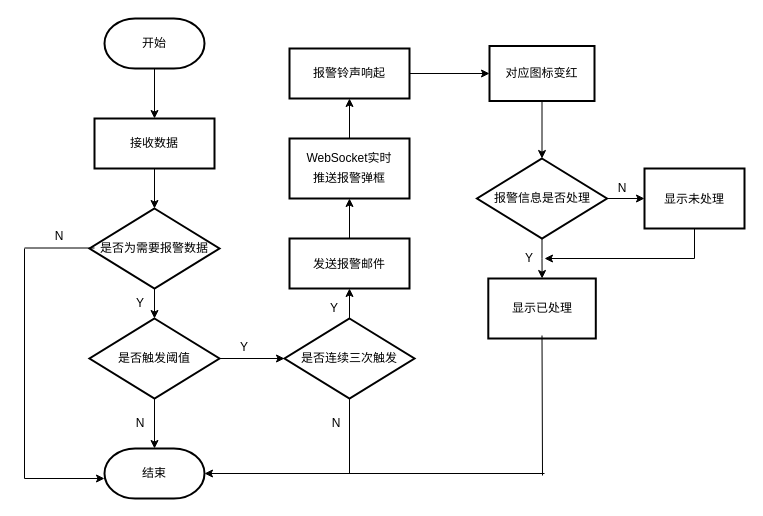
Earlier version of the draw.io diagram 预警管理.drawio (zhangruyi3906/img). Source tidied: cells renumbered, new cells numbered last; positions are measured from the earlier drawing's top-left corner, leaving out a move shared by most shapes. Both pictures are drawn from the tidied source at 100%, with x=0, y=0 at pixel (24, 18).
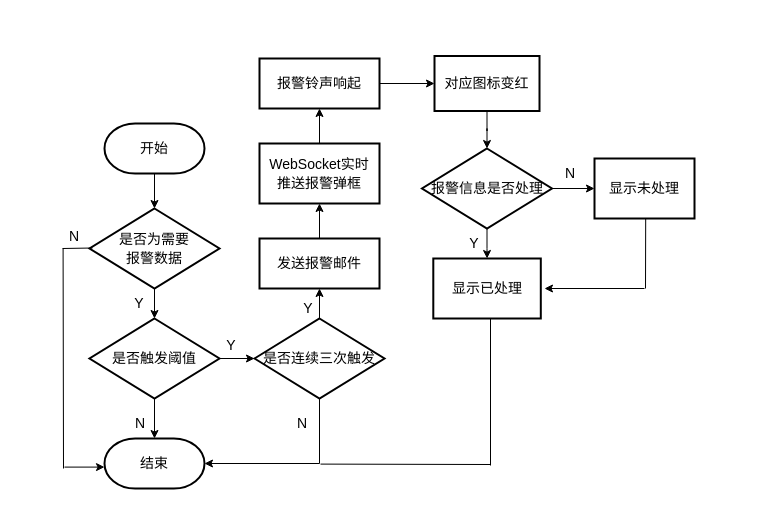
After the change.

Commit message:
更新预警管理.drawio

Change to the diagram source:
```diff
@@
-    <mxCell id="2" style="edgeStyle=orthogonalEdgeStyle;rounded=0;jettySize=auto;html=1;" parent="1" edge="1" source="3" target="5">
-      <mxGeometry relative="1" as="geometry" />
-    </mxCell>
+    <mxCell id="43" style="edgeStyle=orthogonalEdgeStyle;rounded=0;jettySize=auto;html=1;" parent="1" edge="1" source="3" target="7">
+      <mxGeometry relative="1" as="geometry" />
+    </mxCell>
-    <mxCell id="3" value="开始" style="strokeWidth=2;html=1;shape=mxgraph.flowchart.terminator;whiteSpace=wrap;" parent="1" vertex="1">
-      <mxGeometry x="80" width="100" height="50" as="geometry" />
+    <mxCell id="3" value="&lt;font style=&quot;font-size: 14px;&quot;&gt;开始&lt;/font&gt;" style="strokeWidth=2;html=1;shape=mxgraph.flowchart.terminator;whiteSpace=wrap;" parent="1" vertex="1">
+      <mxGeometry x="80" y="105" width="100" height="50" as="geometry" />
     </mxCell>
-    <mxCell id="4" style="edgeStyle=orthogonalEdgeStyle;rounded=0;jettySize=auto;html=1;" parent="1" edge="1" source="5" target="7">
-      <mxGeometry relative="1" as="geometry" />
-    </mxCell>
-    <mxCell id="5" value="接收数据" style="whiteSpace=wrap;html=1;strokeWidth=2;" parent="1" vertex="1">
-      <mxGeometry x="70" y="100" width="120" height="50" as="geometry" />
-    </mxCell>
@@
-    <mxCell id="7" value="&lt;p class=&quot;MsoNormal&quot;&gt;&lt;font style=&quot;&quot;&gt;是否为需要报警数据&lt;/font&gt;&lt;/p&gt;" style="rhombus;whiteSpace=wrap;html=1;strokeWidth=2;" parent="1" vertex="1">
+    <mxCell id="7" value="&lt;div style=&quot;line-height: 50%;&quot;&gt;&lt;p class=&quot;MsoNormal&quot;&gt;&lt;font style=&quot;font-size: 14px; line-height: 50%;&quot;&gt;是否为需要&lt;/font&gt;&lt;/p&gt;&lt;p class=&quot;MsoNormal&quot;&gt;&lt;font style=&quot;font-size: 14px; line-height: 50%;&quot;&gt;报警数据&lt;/font&gt;&lt;/p&gt;&lt;/div&gt;" style="rhombus;whiteSpace=wrap;html=1;strokeWidth=2;" parent="1" vertex="1">
       <mxGeometry x="65" y="190" width="130" height="80" as="geometry" />
     </mxCell>
@@
-    <mxCell id="10" value="&lt;p class=&quot;MsoNormal&quot;&gt;&lt;font face=&quot;Helvetica&quot; style=&quot;&quot;&gt;是否触发阈值&lt;/font&gt;&lt;/p&gt;" style="rhombus;whiteSpace=wrap;html=1;strokeWidth=2;" parent="1" vertex="1">
+    <mxCell id="10" value="&lt;p class=&quot;MsoNormal&quot;&gt;&lt;font face=&quot;Helvetica&quot; style=&quot;font-size: 14px;&quot;&gt;是否触发阈值&lt;/font&gt;&lt;/p&gt;" style="rhombus;whiteSpace=wrap;html=1;strokeWidth=2;" parent="1" vertex="1">
       <mxGeometry x="65" y="300" width="130" height="80" as="geometry" />
     </mxCell>
@@
-    <mxCell id="12" value="&lt;p class=&quot;MsoNormal&quot;&gt;&lt;font style=&quot;&quot;&gt;是否连续三次触发&lt;/font&gt;&lt;/p&gt;" style="rhombus;whiteSpace=wrap;html=1;strokeWidth=2;" parent="1" vertex="1">
-      <mxGeometry x="260" y="300" width="130" height="80" as="geometry" />
+    <mxCell id="12" value="&lt;p class=&quot;MsoNormal&quot;&gt;&lt;font style=&quot;font-size: 14px;&quot;&gt;是否连续三次触发&lt;/font&gt;&lt;/p&gt;" style="rhombus;whiteSpace=wrap;html=1;strokeWidth=2;" parent="1" vertex="1">
+      <mxGeometry x="230" y="300" width="130" height="80" as="geometry" />
     </mxCell>
-    <mxCell id="13" value="结束" style="strokeWidth=2;html=1;shape=mxgraph.flowchart.terminator;whiteSpace=wrap;" parent="1" vertex="1">
-      <mxGeometry x="80" y="430" width="100" height="50" as="geometry" />
+    <mxCell id="13" value="&lt;font style=&quot;font-size: 14px;&quot;&gt;结束&lt;/font&gt;" style="strokeWidth=2;html=1;shape=mxgraph.flowchart.terminator;whiteSpace=wrap;" parent="1" vertex="1">
+      <mxGeometry x="80" y="420" width="100" height="50" as="geometry" />
     </mxCell>
     <mxCell id="14" style="edgeStyle=orthogonalEdgeStyle;rounded=0;jettySize=auto;html=1;exitX=0.5;exitY=1;exitDx=0;exitDy=0;entryX=1;entryY=0.5;entryDx=0;entryDy=0;entryPerimeter=0;" parent="1" edge="1" source="12" target="13">
-      <mxGeometry relative="1" as="geometry" />
+      <mxGeometry relative="1" as="geometry">
+        <Array as="points">
+          <mxPoint x="295" y="445" />
+        </Array>
+      </mxGeometry>
     </mxCell>
     <mxCell id="15" style="endArrow=none;html=1;rounded=0;" parent="1" edge="1">
       <mxGeometry relative="1" as="geometry">
-        <mxPoint y="229.5" as="sourcePoint" />
-        <mxPoint x="70" y="229.5" as="targetPoint" />
+        <mxPoint x="38" y="230" as="sourcePoint" />
+        <mxPoint x="68" y="229.5" as="targetPoint" />
       </mxGeometry>
     </mxCell>
     <mxCell id="16" style="endArrow=none;html=1;rounded=0;" parent="1" edge="1">
       <mxGeometry relative="1" as="geometry">
-        <mxPoint y="460" as="sourcePoint" />
-        <mxPoint y="230" as="targetPoint" />
+        <mxPoint x="39" y="450" as="sourcePoint" />
+        <mxPoint x="38.6" y="230" as="targetPoint" />
       </mxGeometry>
     </mxCell>
     <mxCell id="17" style="endArrow=classic;html=1;rounded=0;" parent="1" edge="1">
       <mxGeometry relative="1" as="geometry">
-        <mxPoint y="460" as="sourcePoint" />
-        <mxPoint x="80" y="460" as="targetPoint" />
+        <mxPoint x="40" y="448.6" as="sourcePoint" />
+        <mxPoint x="80" y="448.6" as="targetPoint" />
       </mxGeometry>
     </mxCell>
@@
-    <mxCell id="19" value="&lt;p class=&quot;MsoNormal&quot;&gt;&lt;font face=&quot;Helvetica&quot; style=&quot;&quot;&gt;发送报警邮件&lt;/font&gt;&lt;span style=&quot;mso-spacerun:'yes';font-family:宋体;mso-ascii-font-family:Calibri;&lt;br/&gt;mso-hansi-font-family:Calibri;mso-bidi-font-family:'Times New Roman';font-size:10.5000pt;&lt;br/&gt;mso-font-kerning:1.0000pt;&quot;&gt;&lt;/span&gt;&lt;/p&gt;" style="whiteSpace=wrap;html=1;strokeWidth=2;" parent="1" vertex="1">
-      <mxGeometry x="265" y="220" width="120" height="50" as="geometry" />
+    <mxCell id="19" value="&lt;p class=&quot;MsoNormal&quot;&gt;&lt;font face=&quot;Helvetica&quot; style=&quot;font-size: 14px;&quot;&gt;发送报警邮件&lt;/font&gt;&lt;span style=&quot;mso-spacerun:'yes';font-family:宋体;mso-ascii-font-family:Calibri;&lt;br/&gt;mso-hansi-font-family:Calibri;mso-bidi-font-family:'Times New Roman';font-size:10.5000pt;&lt;br/&gt;mso-font-kerning:1.0000pt;&quot;&gt;&lt;/span&gt;&lt;/p&gt;" style="whiteSpace=wrap;html=1;strokeWidth=2;" parent="1" vertex="1">
+      <mxGeometry x="235" y="220" width="120" height="50" as="geometry" />
     </mxCell>
@@
-    <mxCell id="21" value="&lt;div style=&quot;line-height: 60%;&quot;&gt;&lt;p class=&quot;MsoNormal&quot;&gt;&lt;font face=&quot;Helvetica&quot;&gt;&lt;font&gt;WebSocket&lt;/font&gt;&lt;font&gt;实时&lt;/font&gt;&lt;/font&gt;&lt;/p&gt;&lt;p class=&quot;MsoNormal&quot;&gt;&lt;font face=&quot;Helvetica&quot;&gt;&lt;font&gt;推送报警弹框&lt;/font&gt;&lt;/font&gt;&lt;/p&gt;&lt;/div&gt;" style="whiteSpace=wrap;html=1;strokeWidth=2;" parent="1" vertex="1">
-      <mxGeometry x="265" y="120" width="120" height="60" as="geometry" />
+    <mxCell id="21" value="&lt;div style=&quot;line-height: 50%;&quot;&gt;&lt;p class=&quot;MsoNormal&quot;&gt;&lt;font style=&quot;font-size: 14px; line-height: 50%;&quot; face=&quot;Helvetica&quot;&gt;&lt;font&gt;WebSocket&lt;/font&gt;&lt;font&gt;实时&lt;/font&gt;&lt;/font&gt;&lt;/p&gt;&lt;p class=&quot;MsoNormal&quot;&gt;&lt;font face=&quot;Helvetica&quot;&gt;&lt;font style=&quot;font-size: 14px; line-height: 50%;&quot;&gt;推送报警弹框&lt;/font&gt;&lt;/font&gt;&lt;/p&gt;&lt;/div&gt;" style="whiteSpace=wrap;html=1;strokeWidth=2;" parent="1" vertex="1">
+      <mxGeometry x="235" y="125" width="120" height="60" as="geometry" />
     </mxCell>
@@
-    <mxCell id="23" value="&lt;p class=&quot;MsoNormal&quot;&gt;&lt;font face=&quot;Helvetica&quot; style=&quot;&quot;&gt;报警铃声响起&lt;/font&gt;&lt;/p&gt;" style="whiteSpace=wrap;html=1;strokeWidth=2;" parent="1" vertex="1">
-      <mxGeometry x="265" y="30" width="120" height="50" as="geometry" />
+    <mxCell id="23" value="&lt;p class=&quot;MsoNormal&quot;&gt;&lt;font face=&quot;Helvetica&quot; style=&quot;font-size: 14px;&quot;&gt;报警铃声响起&lt;/font&gt;&lt;/p&gt;" style="whiteSpace=wrap;html=1;strokeWidth=2;" parent="1" vertex="1">
+      <mxGeometry x="235" y="40" width="120" height="50" as="geometry" />
     </mxCell>
@@
-    <mxCell id="25" value="&lt;p class=&quot;MsoNormal&quot;&gt;&lt;font style=&quot;&quot;&gt;对应图标变红&lt;/font&gt;&lt;/p&gt;" style="whiteSpace=wrap;html=1;strokeWidth=2;" parent="1" vertex="1">
-      <mxGeometry x="465" y="27.5" width="105" height="55" as="geometry" />
+    <mxCell id="25" value="&lt;p class=&quot;MsoNormal&quot;&gt;&lt;font style=&quot;font-size: 14px;&quot;&gt;对应图标变红&lt;/font&gt;&lt;/p&gt;" style="whiteSpace=wrap;html=1;strokeWidth=2;" parent="1" vertex="1">
+      <mxGeometry x="410" y="37.5" width="105" height="55" as="geometry" />
     </mxCell>
@@
-    <mxCell id="28" value="&lt;p class=&quot;MsoNormal&quot;&gt;&lt;font face=&quot;Helvetica&quot; style=&quot;&quot;&gt;报警信息是否处理&lt;/font&gt;&lt;/p&gt;" style="rhombus;whiteSpace=wrap;html=1;strokeWidth=2;" parent="1" vertex="1">
-      <mxGeometry x="452.5" y="140" width="130" height="80" as="geometry" />
+    <mxCell id="28" value="&lt;p class=&quot;MsoNormal&quot;&gt;&lt;font face=&quot;Helvetica&quot; style=&quot;font-size: 14px;&quot;&gt;报警信息是否处理&lt;/font&gt;&lt;/p&gt;" style="rhombus;whiteSpace=wrap;html=1;strokeWidth=2;" parent="1" vertex="1">
+      <mxGeometry x="397.5" y="130" width="130" height="80" as="geometry" />
     </mxCell>
-    <mxCell id="29" value="&lt;p class=&quot;MsoNormal&quot;&gt;&lt;font face=&quot;Helvetica&quot; style=&quot;&quot;&gt;显示已处理&lt;/font&gt;&lt;/p&gt;" style="whiteSpace=wrap;html=1;strokeWidth=2;" parent="1" vertex="1">
-      <mxGeometry x="463.8" y="260" width="107.5" height="60" as="geometry" />
+    <mxCell id="29" value="&lt;p class=&quot;MsoNormal&quot;&gt;&lt;font face=&quot;Helvetica&quot; style=&quot;font-size: 14px;&quot;&gt;显示已处理&lt;/font&gt;&lt;/p&gt;" style="whiteSpace=wrap;html=1;strokeWidth=2;" parent="1" vertex="1">
+      <mxGeometry x="408.8" y="240" width="107.5" height="60" as="geometry" />
     </mxCell>
-    <mxCell id="30" value="&lt;p class=&quot;MsoNormal&quot;&gt;&lt;font face=&quot;Helvetica&quot; style=&quot;&quot;&gt;显示未处理&lt;/font&gt;&lt;span style=&quot;mso-spacerun:'yes';font-family:宋体;mso-ascii-font-family:Calibri;&lt;br/&gt;mso-hansi-font-family:Calibri;mso-bidi-font-family:'Times New Roman';font-size:10.5000pt;&lt;br/&gt;mso-font-kerning:1.0000pt;&quot;&gt;&lt;/span&gt;&lt;/p&gt;" style="whiteSpace=wrap;html=1;strokeWidth=2;" parent="1" vertex="1">
-      <mxGeometry x="620" y="150" width="100" height="60" as="geometry" />
+    <mxCell id="30" value="&lt;p class=&quot;MsoNormal&quot;&gt;&lt;font face=&quot;Helvetica&quot; style=&quot;font-size: 14px;&quot;&gt;显示未处理&lt;/font&gt;&lt;span style=&quot;mso-spacerun:'yes';font-family:宋体;mso-ascii-font-family:Calibri;&lt;br/&gt;mso-hansi-font-family:Calibri;mso-bidi-font-family:'Times New Roman';font-size:10.5000pt;&lt;br/&gt;mso-font-kerning:1.0000pt;&quot;&gt;&lt;/span&gt;&lt;/p&gt;" style="whiteSpace=wrap;html=1;strokeWidth=2;" parent="1" vertex="1">
+      <mxGeometry x="570" y="140" width="100" height="60" as="geometry" />
     </mxCell>
-    <mxCell id="31" style="endArrow=none;html=1;rounded=0;entryX=0.5;entryY=1;entryDx=0;entryDy=0;" parent="1" edge="1" target="30">
+    <mxCell id="31" style="endArrow=none;html=1;rounded=0;entryX=0.5;entryY=1;entryDx=0;entryDy=0;" parent="1" edge="1">
       <mxGeometry relative="1" as="geometry">
-        <mxPoint x="670" y="240" as="sourcePoint" />
+        <mxPoint x="621" y="270" as="sourcePoint" />
+        <mxPoint x="621.2" y="200" as="targetPoint" />
       </mxGeometry>
     </mxCell>
     <mxCell id="32" style="endArrow=classic;html=1;rounded=0;" parent="1" edge="1">
       <mxGeometry relative="1" as="geometry">
-        <mxPoint x="670" y="240" as="sourcePoint" />
-        <mxPoint x="520" y="240" as="targetPoint" />
+        <mxPoint x="620" y="270" as="sourcePoint" />
+        <mxPoint x="520" y="270" as="targetPoint" />
       </mxGeometry>
     </mxCell>
-    <mxCell id="33" style="endArrow=none;html=1;rounded=0;entryX=0.5;entryY=1;entryDx=0;entryDy=0;" parent="1" edge="1">
+    <mxCell id="33" style="endArrow=none;html=1;rounded=0;entryX=0.57;entryY=1;entryDx=0;entryDy=0;entryPerimeter=0;" parent="1" edge="1">
       <mxGeometry relative="1" as="geometry">
-        <mxPoint x="518" y="457" as="sourcePoint" />
-        <mxPoint x="517.5" y="317" as="targetPoint" />
+        <mxPoint x="466" y="447" as="sourcePoint" />
+        <mxPoint x="466" y="300" as="targetPoint" />
       </mxGeometry>
     </mxCell>
     <mxCell id="34" style="endArrow=none;html=1;rounded=0;" parent="1" edge="1">
       <mxGeometry relative="1" as="geometry">
-        <mxPoint x="320" y="455" as="sourcePoint" />
-        <mxPoint x="520" y="455" as="targetPoint" />
+        <mxPoint x="296" y="445.6" as="sourcePoint" />
+        <mxPoint x="466" y="446" as="targetPoint" />
       </mxGeometry>
     </mxCell>
-    <mxCell id="35" value="Y" style="text;html=1;align=center;verticalAlign=middle;whiteSpace=wrap;rounded=0;" parent="1" vertex="1">
-      <mxGeometry x="86" y="270" width="60" height="30" as="geometry" />
+    <mxCell id="35" value="&lt;font style=&quot;font-size: 14px;&quot;&gt;Y&lt;/font&gt;" style="text;html=1;align=center;verticalAlign=middle;whiteSpace=wrap;rounded=0;" parent="1" vertex="1">
+      <mxGeometry x="85" y="270" width="60" height="30" as="geometry" />
     </mxCell>
-    <mxCell id="36" value="N" style="text;html=1;align=center;verticalAlign=middle;whiteSpace=wrap;rounded=0;" parent="1" vertex="1">
-      <mxGeometry x="5" y="203" width="60" height="30" as="geometry" />
+    <mxCell id="36" value="&lt;font style=&quot;font-size: 14px;&quot;&gt;N&lt;/font&gt;" style="text;html=1;align=center;verticalAlign=middle;whiteSpace=wrap;rounded=0;" parent="1" vertex="1">
+      <mxGeometry x="20" y="203" width="60" height="30" as="geometry" />
     </mxCell>
-    <mxCell id="37" value="N" style="text;html=1;align=center;verticalAlign=middle;whiteSpace=wrap;rounded=0;" parent="1" vertex="1">
+    <mxCell id="37" value="&lt;font style=&quot;font-size: 14px;&quot;&gt;N&lt;/font&gt;" style="text;html=1;align=center;verticalAlign=middle;whiteSpace=wrap;rounded=0;" parent="1" vertex="1">
       <mxGeometry x="86" y="390" width="60" height="30" as="geometry" />
     </mxCell>
-    <mxCell id="38" value="Y" style="text;html=1;align=center;verticalAlign=middle;whiteSpace=wrap;rounded=0;" parent="1" vertex="1">
-      <mxGeometry x="190" y="314" width="60" height="30" as="geometry" />
+    <mxCell id="38" value="&lt;font style=&quot;font-size: 14px;&quot;&gt;Y&lt;/font&gt;" style="text;html=1;align=center;verticalAlign=middle;whiteSpace=wrap;rounded=0;" parent="1" vertex="1">
+      <mxGeometry x="177" y="312" width="60" height="30" as="geometry" />
     </mxCell>
-    <mxCell id="39" value="N" style="text;html=1;align=center;verticalAlign=middle;whiteSpace=wrap;rounded=0;" parent="1" vertex="1">
-      <mxGeometry x="568" y="155" width="60" height="30" as="geometry" />
+    <mxCell id="39" value="&lt;font style=&quot;font-size: 14px;&quot;&gt;N&lt;/font&gt;" style="text;html=1;align=center;verticalAlign=middle;whiteSpace=wrap;rounded=0;" parent="1" vertex="1">
+      <mxGeometry x="516.2" y="140" width="60" height="30" as="geometry" />
     </mxCell>
-    <mxCell id="40" value="Y" style="text;html=1;align=center;verticalAlign=middle;whiteSpace=wrap;rounded=0;" parent="1" vertex="1">
-      <mxGeometry x="280" y="275" width="60" height="30" as="geometry" />
+    <mxCell id="40" value="&lt;font style=&quot;font-size: 14px;&quot;&gt;Y&lt;/font&gt;" style="text;html=1;align=center;verticalAlign=middle;whiteSpace=wrap;rounded=0;" parent="1" vertex="1">
+      <mxGeometry x="254" y="275" width="60" height="30" as="geometry" />
     </mxCell>
-    <mxCell id="41" value="N" style="text;html=1;align=center;verticalAlign=middle;whiteSpace=wrap;rounded=0;" parent="1" vertex="1">
-      <mxGeometry x="282" y="390" width="60" height="30" as="geometry" />
+    <mxCell id="41" value="&lt;font style=&quot;font-size: 14px;&quot;&gt;N&lt;/font&gt;" style="text;html=1;align=center;verticalAlign=middle;whiteSpace=wrap;rounded=0;" parent="1" vertex="1">
+      <mxGeometry x="248" y="390" width="60" height="30" as="geometry" />
     </mxCell>
-    <mxCell id="42" value="Y" style="text;html=1;align=center;verticalAlign=middle;whiteSpace=wrap;rounded=0;" parent="1" vertex="1">
-      <mxGeometry x="475" y="225" width="60" height="30" as="geometry" />
+    <mxCell id="42" value="&lt;font style=&quot;font-size: 14px;&quot;&gt;Y&lt;/font&gt;" style="text;html=1;align=center;verticalAlign=middle;whiteSpace=wrap;rounded=0;" parent="1" vertex="1">
+      <mxGeometry x="420" y="210" width="60" height="30" as="geometry" />
     </mxCell>
```
